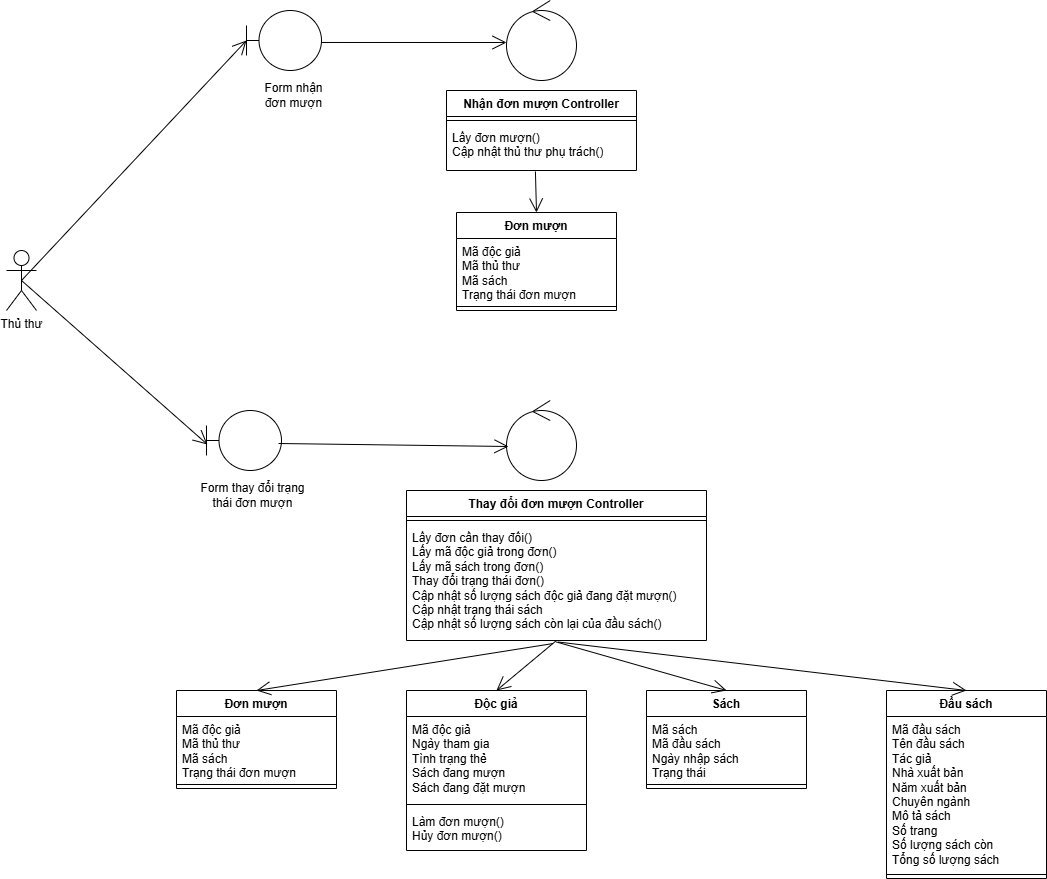
Earlier version of the draw.io export Class Diagram/Analysis Class Diagram/UC đặt mượn sách/Actor Thủ thư.drawio.png (kimcuongdev/LibrarySystemAD). Source tidied: cells renumbered, new cells last; positions are measured from the earlier drawing's top-left corner, leaving out a move shared by most shapes.
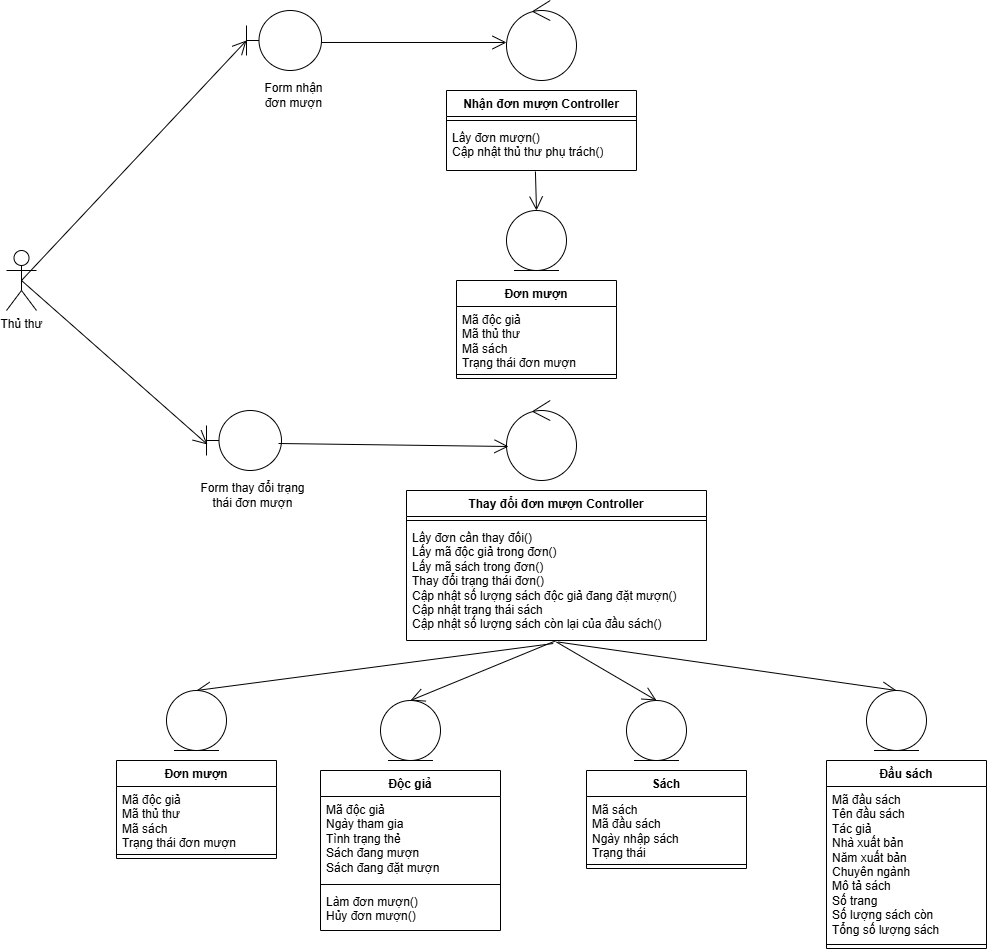
After the commit.

Commit message:
Tuan 4 - Bieu do lop phan tich

The edit, as a diff of the source:
```diff
@@ -24,7 +24,7 @@
       <mxGeometry y="34" width="190" height="46" as="geometry" />
     </mxCell>
     <mxCell id="9" value="Đơn mượn" style="swimlane;fontStyle=1;align=center;verticalAlign=top;horizontal=1;startSize=26;whiteSpace=wrap;html=1;" parent="1" vertex="1">
-      <mxGeometry x="450" y="212" width="160" height="98" as="geometry" />
+      <mxGeometry x="450" y="280" width="160" height="98" as="geometry" />
     </mxCell>
     <mxCell id="10" value="Mã độc giả&lt;div&gt;Mã thủ thư&lt;br&gt;&lt;div&gt;Mã sách&lt;/div&gt;&lt;div&gt;Trạng thái đơn mượn&lt;/div&gt;&lt;/div&gt;" style="text;strokeColor=none;fillColor=none;align=left;verticalAlign=top;spacingLeft=4;spacingRight=4;overflow=hidden;whiteSpace=wrap;html=1;" parent="9" vertex="1">
       <mxGeometry y="26" width="160" height="64" as="geometry" />
@@ -32,7 +32,7 @@
     <mxCell id="11" style="line;strokeWidth=1;fillColor=none;align=left;verticalAlign=middle;spacingTop=-1;spacingLeft=3;spacingRight=3;labelPosition=right;strokeColor=inherit;" parent="9" vertex="1">
       <mxGeometry y="90" width="160" height="8" as="geometry" />
     </mxCell>
-    <mxCell id="12" style="endArrow=open;endFill=1;endSize=12;html=1;rounded=0;exitX=0.468;exitY=1.022;exitDx=0;exitDy=0;exitPerimeter=0;entryX=0.5;entryY=0;entryDx=0;entryDy=0;" parent="1" edge="1" source="8" target="9">
+    <mxCell id="12" style="endArrow=open;endFill=1;endSize=12;html=1;rounded=0;exitX=0.468;exitY=1.022;exitDx=0;exitDy=0;exitPerimeter=0;entryX=0.5;entryY=0;entryDx=0;entryDy=0;" parent="1" edge="1" source="8" target="45">
       <mxGeometry relative="1" as="geometry" />
     </mxCell>
     <mxCell id="13" style="endArrow=open;endFill=1;endSize=12;html=1;rounded=0;exitX=1;exitY=0.533;exitDx=0;exitDy=0;exitPerimeter=0;entryX=0;entryY=0.525;entryDx=0;entryDy=0;entryPerimeter=0;" parent="1" edge="1" source="3" target="5">
@@ -65,7 +65,7 @@
       <mxGeometry y="34" width="300" height="116" as="geometry" />
     </mxCell>
     <mxCell id="22" value="Đơn mượn" style="swimlane;fontStyle=1;align=center;verticalAlign=top;horizontal=1;startSize=26;whiteSpace=wrap;html=1;" parent="1" vertex="1">
-      <mxGeometry x="170" y="690" width="160" height="98" as="geometry" />
+      <mxGeometry x="110" y="760" width="160" height="98" as="geometry" />
     </mxCell>
     <mxCell id="23" value="Mã độc giả&lt;div&gt;Mã thủ thư&lt;br&gt;&lt;div&gt;Mã sách&lt;/div&gt;&lt;div&gt;Trạng thái đơn mượn&lt;/div&gt;&lt;/div&gt;" style="text;strokeColor=none;fillColor=none;align=left;verticalAlign=top;spacingLeft=4;spacingRight=4;overflow=hidden;whiteSpace=wrap;html=1;" parent="22" vertex="1">
       <mxGeometry y="26" width="160" height="64" as="geometry" />
@@ -74,7 +74,7 @@
       <mxGeometry y="90" width="160" height="8" as="geometry" />
     </mxCell>
     <mxCell id="25" value="Độc giả" style="swimlane;fontStyle=1;align=center;verticalAlign=top;horizontal=1;startSize=26;whiteSpace=wrap;html=1;" parent="1" vertex="1">
-      <mxGeometry x="400" y="690" width="180" height="160" as="geometry" />
+      <mxGeometry x="314" y="770" width="180" height="160" as="geometry" />
     </mxCell>
     <mxCell id="26" value="Mã độc giả&lt;div&gt;Ngày tham gia&amp;nbsp;&lt;/div&gt;&lt;div&gt;Tình trạng thẻ&lt;/div&gt;&lt;div&gt;Sách đang mượn&lt;/div&gt;&lt;div&gt;Sách đang đặt mượn&lt;/div&gt;" style="text;strokeColor=none;fillColor=none;align=left;verticalAlign=top;spacingLeft=4;spacingRight=4;overflow=hidden;whiteSpace=wrap;html=1;" parent="25" vertex="1">
       <mxGeometry y="26" width="180" height="84" as="geometry" />
@@ -86,7 +86,7 @@
       <mxGeometry y="118" width="180" height="42" as="geometry" />
     </mxCell>
     <mxCell id="29" value="Sách" style="swimlane;fontStyle=1;align=center;verticalAlign=top;horizontal=1;startSize=26;whiteSpace=wrap;html=1;" parent="1" vertex="1">
-      <mxGeometry x="640" y="690" width="160" height="98" as="geometry" />
+      <mxGeometry x="580" y="770" width="160" height="98" as="geometry" />
     </mxCell>
     <mxCell id="30" value="Mã sách&lt;div&gt;Mã đầu sách&lt;/div&gt;&lt;div&gt;Ngày nhập sách&lt;br&gt;&lt;div&gt;Trạng thái&lt;/div&gt;&lt;/div&gt;" style="text;strokeColor=none;fillColor=none;align=left;verticalAlign=top;spacingLeft=4;spacingRight=4;overflow=hidden;whiteSpace=wrap;html=1;" parent="29" vertex="1">
       <mxGeometry y="26" width="160" height="64" as="geometry" />
@@ -95,7 +95,7 @@
       <mxGeometry y="90" width="160" height="8" as="geometry" />
     </mxCell>
     <mxCell id="32" value="Đầu sách" style="swimlane;fontStyle=1;align=center;verticalAlign=top;horizontal=1;startSize=26;whiteSpace=wrap;html=1;" parent="1" vertex="1">
-      <mxGeometry x="880" y="690" width="160" height="188" as="geometry" />
+      <mxGeometry x="820" y="760" width="160" height="188" as="geometry" />
     </mxCell>
     <mxCell id="33" value="Mã đầu sách&lt;div&gt;Tên đầu sách&lt;/div&gt;&lt;div&gt;Tác giả&lt;/div&gt;&lt;div&gt;Nhà xuất bản&lt;/div&gt;&lt;div&gt;Năm xuất bản&lt;/div&gt;&lt;div&gt;Chuyên ngành&lt;/div&gt;&lt;div&gt;Mô tả sách&lt;/div&gt;&lt;div&gt;Số trang&lt;/div&gt;&lt;div&gt;Số lượng sách còn&lt;/div&gt;&lt;div&gt;Tổng số lượng sách&lt;/div&gt;&lt;div&gt;&lt;br&gt;&lt;/div&gt;" style="text;strokeColor=none;fillColor=none;align=left;verticalAlign=top;spacingLeft=4;spacingRight=4;overflow=hidden;whiteSpace=wrap;html=1;" parent="32" vertex="1">
       <mxGeometry y="26" width="160" height="154" as="geometry" />
@@ -103,16 +103,16 @@
     <mxCell id="34" style="line;strokeWidth=1;fillColor=none;align=left;verticalAlign=middle;spacingTop=-1;spacingLeft=3;spacingRight=3;labelPosition=right;strokeColor=inherit;" parent="32" vertex="1">
       <mxGeometry y="180" width="160" height="8" as="geometry" />
     </mxCell>
-    <mxCell id="35" style="endArrow=open;endFill=1;endSize=12;html=1;rounded=0;exitX=0.489;exitY=1.026;exitDx=0;exitDy=0;exitPerimeter=0;entryX=0.5;entryY=0;entryDx=0;entryDy=0;" parent="1" edge="1" source="21" target="22">
+    <mxCell id="35" style="endArrow=open;endFill=1;endSize=12;html=1;rounded=0;exitX=0.489;exitY=1.026;exitDx=0;exitDy=0;exitPerimeter=0;entryX=0.5;entryY=0;entryDx=0;entryDy=0;" parent="1" edge="1" source="21" target="41">
       <mxGeometry relative="1" as="geometry" />
     </mxCell>
-    <mxCell id="36" style="endArrow=open;endFill=1;endSize=12;html=1;rounded=0;exitX=0.5;exitY=1;exitDx=0;exitDy=0;exitPerimeter=0;entryX=0.5;entryY=0;entryDx=0;entryDy=0;" parent="1" edge="1" source="21" target="25">
+    <mxCell id="36" style="endArrow=open;endFill=1;endSize=12;html=1;rounded=0;exitX=0.5;exitY=1;exitDx=0;exitDy=0;exitPerimeter=0;entryX=0.5;entryY=0;entryDx=0;entryDy=0;" parent="1" edge="1" source="21" target="42">
       <mxGeometry relative="1" as="geometry" />
     </mxCell>
-    <mxCell id="37" style="endArrow=open;endFill=1;endSize=12;html=1;rounded=0;exitX=0.5;exitY=1.013;exitDx=0;exitDy=0;exitPerimeter=0;entryX=0.5;entryY=0;entryDx=0;entryDy=0;" parent="1" edge="1" source="21" target="29">
+    <mxCell id="37" style="endArrow=open;endFill=1;endSize=12;html=1;rounded=0;exitX=0.5;exitY=1.013;exitDx=0;exitDy=0;exitPerimeter=0;entryX=0.5;entryY=0;entryDx=0;entryDy=0;" parent="1" edge="1" source="21" target="43">
       <mxGeometry relative="1" as="geometry" />
     </mxCell>
-    <mxCell id="38" style="endArrow=open;endFill=1;endSize=12;html=1;rounded=0;exitX=0.505;exitY=1.013;exitDx=0;exitDy=0;exitPerimeter=0;entryX=0.5;entryY=0;entryDx=0;entryDy=0;" parent="1" edge="1" source="21" target="32">
+    <mxCell id="38" style="endArrow=open;endFill=1;endSize=12;html=1;rounded=0;exitX=0.505;exitY=1.013;exitDx=0;exitDy=0;exitPerimeter=0;entryX=0.5;entryY=0;entryDx=0;entryDy=0;" parent="1" edge="1" source="21" target="44">
       <mxGeometry relative="1" as="geometry" />
     </mxCell>
     <mxCell id="39" style="endArrow=open;endFill=1;endSize=12;html=1;rounded=0;exitX=0.5;exitY=0.5;exitDx=0;exitDy=0;exitPerimeter=0;entryX=0.013;entryY=0.567;entryDx=0;entryDy=0;entryPerimeter=0;" parent="1" edge="1" source="2" target="17">
@@ -121,5 +121,20 @@
     <mxCell id="40" style="endArrow=open;endFill=1;endSize=12;html=1;rounded=0;exitX=0.96;exitY=0.55;exitDx=0;exitDy=0;exitPerimeter=0;entryX=0.029;entryY=0.575;entryDx=0;entryDy=0;entryPerimeter=0;" parent="1" edge="1" source="17" target="15">
       <mxGeometry relative="1" as="geometry" />
     </mxCell>
+    <mxCell id="41" style="ellipse;shape=umlEntity;whiteSpace=wrap;html=1;" parent="1" vertex="1">
+      <mxGeometry x="160" y="690" width="60" height="60" as="geometry" />
+    </mxCell>
+    <mxCell id="42" style="ellipse;shape=umlEntity;whiteSpace=wrap;html=1;" parent="1" vertex="1">
+      <mxGeometry x="374" y="700" width="60" height="60" as="geometry" />
+    </mxCell>
+    <mxCell id="43" style="ellipse;shape=umlEntity;whiteSpace=wrap;html=1;" parent="1" vertex="1">
+      <mxGeometry x="620" y="700" width="60" height="60" as="geometry" />
+    </mxCell>
+    <mxCell id="44" style="ellipse;shape=umlEntity;whiteSpace=wrap;html=1;" parent="1" vertex="1">
+      <mxGeometry x="860" y="690" width="60" height="60" as="geometry" />
+    </mxCell>
+    <mxCell id="45" style="ellipse;shape=umlEntity;whiteSpace=wrap;html=1;" parent="1" vertex="1">
+      <mxGeometry x="500" y="210" width="60" height="60" as="geometry" />
+    </mxCell>
   </root>
 </mxGraphModel>
```
